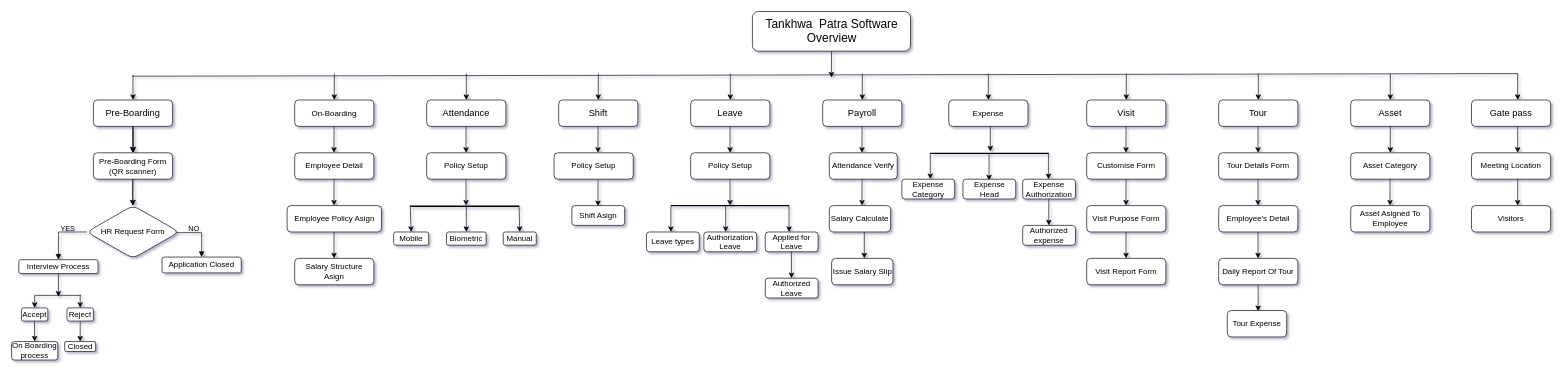
Earlier version of the draw.io diagram Untitled Diagram.drawio (pra17shant/Installation). Source tidied: cells renumbered, new cells numbered last; positions are measured from the earlier drawing's top-left corner, leaving out a move shared by most shapes. Both pictures are drawn from the tidied source at 66%, with x=0, y=0 at pixel (11, 11).
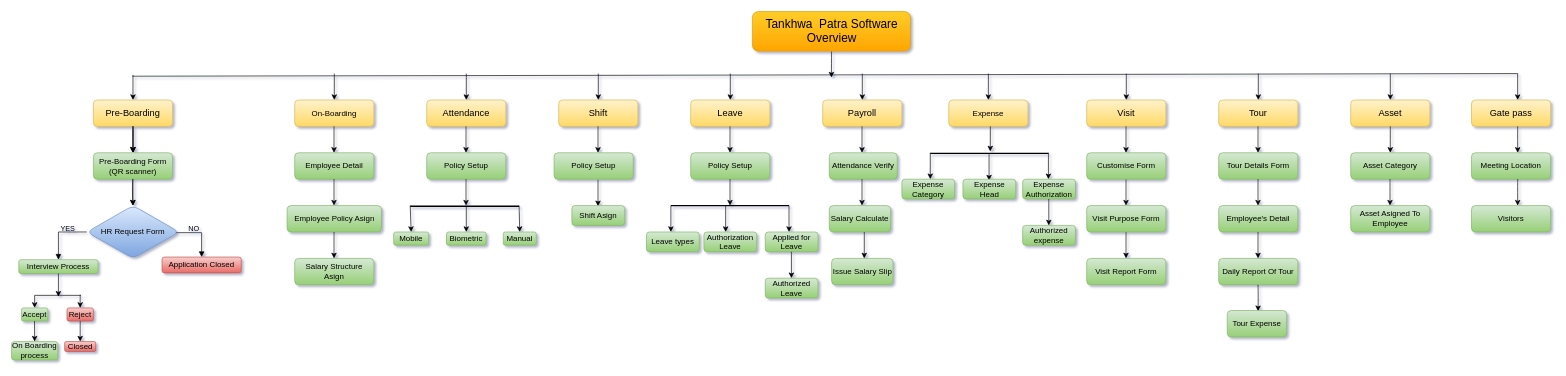
The same diagram, later.

The edit, as a diff of the source:
```diff
@@
-    <mxCell id="13" value="&lt;font style=&quot;font-size: 14px;&quot;&gt;Pre-Boarding&lt;/font&gt;" style="rounded=1;whiteSpace=wrap;html=1;labelBackgroundColor=none;" parent="1" vertex="1">
+    <mxCell id="13" value="&lt;font style=&quot;font-size: 14px;&quot;&gt;Pre-Boarding&lt;/font&gt;" style="rounded=1;whiteSpace=wrap;html=1;labelBackgroundColor=none;fillColor=#fff2cc;gradientColor=#ffd966;strokeColor=#d6b656;" parent="1" vertex="1">
       <mxGeometry x="124" y="134" width="120" height="40" as="geometry" />
     </mxCell>
-    <mxCell id="14" value="&lt;font style=&quot;font-size: 14px;&quot;&gt;Asset&lt;/font&gt;" style="rounded=1;whiteSpace=wrap;html=1;labelBackgroundColor=none;" parent="1" vertex="1">
+    <mxCell id="14" value="&lt;font style=&quot;font-size: 14px;&quot;&gt;Asset&lt;/font&gt;" style="rounded=1;whiteSpace=wrap;html=1;labelBackgroundColor=none;fillColor=#fff2cc;gradientColor=#ffd966;strokeColor=#d6b656;" parent="1" vertex="1">
       <mxGeometry x="2029" y="134" width="120" height="40" as="geometry" />
     </mxCell>
-    <mxCell id="15" value="&lt;font style=&quot;font-size: 14px;&quot;&gt;Tour&lt;/font&gt;" style="rounded=1;whiteSpace=wrap;html=1;labelBackgroundColor=none;" parent="1" vertex="1">
+    <mxCell id="15" value="&lt;font style=&quot;font-size: 14px;&quot;&gt;Tour&lt;/font&gt;" style="rounded=1;whiteSpace=wrap;html=1;labelBackgroundColor=none;fillColor=#fff2cc;gradientColor=#ffd966;strokeColor=#d6b656;" parent="1" vertex="1">
       <mxGeometry x="1829" y="134" width="120" height="40" as="geometry" />
     </mxCell>
-    <mxCell id="16" value="&lt;font style=&quot;font-size: 14px;&quot;&gt;Visit&lt;/font&gt;" style="rounded=1;whiteSpace=wrap;html=1;labelBackgroundColor=none;" parent="1" vertex="1">
+    <mxCell id="16" value="&lt;font style=&quot;font-size: 14px;&quot;&gt;Visit&lt;/font&gt;" style="rounded=1;whiteSpace=wrap;html=1;labelBackgroundColor=none;fillColor=#fff2cc;gradientColor=#ffd966;strokeColor=#d6b656;" parent="1" vertex="1">
       <mxGeometry x="1629" y="134" width="120" height="40" as="geometry" />
     </mxCell>
-    <mxCell id="17" value="Expense" style="rounded=1;whiteSpace=wrap;html=1;labelBackgroundColor=none;" parent="1" vertex="1">
+    <mxCell id="17" value="Expense" style="rounded=1;whiteSpace=wrap;html=1;labelBackgroundColor=none;fillColor=#fff2cc;gradientColor=#ffd966;strokeColor=#d6b656;" parent="1" vertex="1">
       <mxGeometry x="1420" y="134" width="120" height="40" as="geometry" />
     </mxCell>
-    <mxCell id="18" value="&lt;font style=&quot;font-size: 14px;&quot;&gt;Payroll&lt;/font&gt;" style="rounded=1;whiteSpace=wrap;html=1;labelBackgroundColor=none;" parent="1" vertex="1">
+    <mxCell id="18" value="&lt;font style=&quot;font-size: 14px;&quot;&gt;Payroll&lt;/font&gt;" style="rounded=1;whiteSpace=wrap;html=1;labelBackgroundColor=none;fillColor=#fff2cc;gradientColor=#ffd966;strokeColor=#d6b656;" parent="1" vertex="1">
       <mxGeometry x="1229" y="134" width="120" height="40" as="geometry" />
     </mxCell>
-    <mxCell id="19" value="&lt;font style=&quot;font-size: 14px;&quot;&gt;Leave&lt;/font&gt;" style="rounded=1;whiteSpace=wrap;html=1;labelBackgroundColor=none;" parent="1" vertex="1">
+    <mxCell id="19" value="&lt;font style=&quot;font-size: 14px;&quot;&gt;Leave&lt;/font&gt;" style="rounded=1;whiteSpace=wrap;html=1;labelBackgroundColor=none;fillColor=#fff2cc;gradientColor=#ffd966;strokeColor=#d6b656;" parent="1" vertex="1">
       <mxGeometry x="1029" y="134" width="120" height="40" as="geometry" />
     </mxCell>
-    <mxCell id="20" value="&lt;font style=&quot;font-size: 14px;&quot;&gt;Shift&lt;/font&gt;" style="rounded=1;whiteSpace=wrap;html=1;labelBackgroundColor=none;" parent="1" vertex="1">
+    <mxCell id="20" value="&lt;font style=&quot;font-size: 14px;&quot;&gt;Shift&lt;/font&gt;" style="rounded=1;whiteSpace=wrap;html=1;labelBackgroundColor=none;fillColor=#fff2cc;gradientColor=#ffd966;strokeColor=#d6b656;" parent="1" vertex="1">
       <mxGeometry x="829" y="134" width="120" height="40" as="geometry" />
     </mxCell>
-    <mxCell id="21" value="&lt;font style=&quot;font-size: 14px;&quot;&gt;Attendance&lt;/font&gt;" style="rounded=1;whiteSpace=wrap;html=1;labelBackgroundColor=none;" parent="1" vertex="1">
+    <mxCell id="21" value="&lt;font style=&quot;font-size: 14px;&quot;&gt;Attendance&lt;/font&gt;" style="rounded=1;whiteSpace=wrap;html=1;labelBackgroundColor=none;fillColor=#fff2cc;gradientColor=#ffd966;strokeColor=#d6b656;" parent="1" vertex="1">
       <mxGeometry x="629" y="134" width="120" height="40" as="geometry" />
     </mxCell>
-    <mxCell id="22" value="On-Boarding" style="rounded=1;whiteSpace=wrap;html=1;labelBackgroundColor=none;" parent="1" vertex="1">
+    <mxCell id="22" value="On-Boarding" style="rounded=1;whiteSpace=wrap;html=1;labelBackgroundColor=none;fillColor=#fff2cc;gradientColor=#ffd966;strokeColor=#d6b656;" parent="1" vertex="1">
       <mxGeometry x="429" y="134" width="120" height="40" as="geometry" />
     </mxCell>
@@
-    <mxCell id="25" value="Interview Process" style="rounded=1;whiteSpace=wrap;html=1;labelBackgroundColor=none;" parent="1" vertex="1">
+    <mxCell id="25" value="Interview Process" style="rounded=1;whiteSpace=wrap;html=1;labelBackgroundColor=none;fillColor=#d5e8d4;gradientColor=#97d077;strokeColor=#82b366;" parent="1" vertex="1">
       <mxGeometry x="11" y="376" width="120" height="21" as="geometry" />
     </mxCell>
-    <mxCell id="26" value="Application Closed" style="rounded=1;whiteSpace=wrap;html=1;labelBackgroundColor=none;" parent="1" vertex="1">
+    <mxCell id="26" value="Application Closed" style="rounded=1;whiteSpace=wrap;html=1;labelBackgroundColor=none;fillColor=#f8cecc;gradientColor=#ea6b66;strokeColor=#b85450;" parent="1" vertex="1">
       <mxGeometry x="228" y="372" width="120" height="24" as="geometry" />
     </mxCell>
@@
-    <mxCell id="29" value="Accept" style="rounded=1;whiteSpace=wrap;html=1;labelBackgroundColor=none;" parent="1" vertex="1">
+    <mxCell id="29" value="Accept" style="rounded=1;whiteSpace=wrap;html=1;labelBackgroundColor=none;fillColor=#d5e8d4;gradientColor=#97d077;strokeColor=#82b366;" parent="1" vertex="1">
       <mxGeometry x="15" y="449" width="40" height="20" as="geometry" />
     </mxCell>
@@
-    <mxCell id="31" value="On Boarding process" style="rounded=1;whiteSpace=wrap;html=1;labelBackgroundColor=none;" parent="1" vertex="1">
+    <mxCell id="31" value="On Boarding process" style="rounded=1;whiteSpace=wrap;html=1;labelBackgroundColor=none;fillColor=#d5e8d4;gradientColor=#97d077;strokeColor=#82b366;" parent="1" vertex="1">
       <mxGeometry y="500" width="70" height="28" as="geometry" />
     </mxCell>
@@
-    <mxCell id="35" value="Employee Detail" style="rounded=1;whiteSpace=wrap;html=1;labelBackgroundColor=none;" parent="1" vertex="1">
+    <mxCell id="35" value="Employee Detail" style="rounded=1;whiteSpace=wrap;html=1;labelBackgroundColor=none;fillColor=#d5e8d4;gradientColor=#97d077;strokeColor=#82b366;" parent="1" vertex="1">
       <mxGeometry x="429" y="214" width="120" height="40" as="geometry" />
     </mxCell>
@@
-    <mxCell id="37" value="Employee Policy Asign" style="rounded=1;whiteSpace=wrap;html=1;labelBackgroundColor=none;" parent="1" vertex="1">
+    <mxCell id="37" value="Employee Policy Asign" style="rounded=1;whiteSpace=wrap;html=1;labelBackgroundColor=none;fillColor=#d5e8d4;gradientColor=#97d077;strokeColor=#82b366;" parent="1" vertex="1">
       <mxGeometry x="417.5" y="294" width="143" height="40" as="geometry" />
     </mxCell>
-    <mxCell id="38" value="Salary Structure Asign" style="rounded=1;whiteSpace=wrap;html=1;labelBackgroundColor=none;" parent="1" vertex="1">
+    <mxCell id="38" value="Salary Structure Asign" style="rounded=1;whiteSpace=wrap;html=1;labelBackgroundColor=none;fillColor=#d5e8d4;gradientColor=#97d077;strokeColor=#82b366;" parent="1" vertex="1">
       <mxGeometry x="429" y="374" width="120" height="40" as="geometry" />
     </mxCell>
@@
-    <mxCell id="41" value="Policy Setup" style="rounded=1;whiteSpace=wrap;html=1;labelBackgroundColor=none;" parent="1" vertex="1">
+    <mxCell id="41" value="Policy Setup" style="rounded=1;whiteSpace=wrap;html=1;labelBackgroundColor=none;fillColor=#d5e8d4;gradientColor=#97d077;strokeColor=#82b366;" parent="1" vertex="1">
       <mxGeometry x="629" y="214" width="120" height="40" as="geometry" />
     </mxCell>
@@
-    <mxCell id="45" value="Mobile" style="rounded=1;whiteSpace=wrap;html=1;labelBackgroundColor=none;" parent="1" vertex="1">
+    <mxCell id="45" value="Mobile" style="rounded=1;whiteSpace=wrap;html=1;labelBackgroundColor=none;fillColor=#d5e8d4;gradientColor=#97d077;strokeColor=#82b366;" parent="1" vertex="1">
       <mxGeometry x="579" y="334" width="53" height="20" as="geometry" />
     </mxCell>
@@
-    <mxCell id="48" value="Biometric" style="rounded=1;whiteSpace=wrap;html=1;labelBackgroundColor=none;" parent="1" vertex="1">
+    <mxCell id="48" value="Biometric" style="rounded=1;whiteSpace=wrap;html=1;labelBackgroundColor=none;fillColor=#d5e8d4;gradientColor=#97d077;strokeColor=#82b366;" parent="1" vertex="1">
       <mxGeometry x="659" y="334" width="60" height="20" as="geometry" />
     </mxCell>
-    <mxCell id="49" value="Manual" style="rounded=1;whiteSpace=wrap;html=1;labelBackgroundColor=none;" parent="1" vertex="1">
+    <mxCell id="49" value="Manual" style="rounded=1;whiteSpace=wrap;html=1;labelBackgroundColor=none;fillColor=#d5e8d4;gradientColor=#97d077;strokeColor=#82b366;" parent="1" vertex="1">
       <mxGeometry x="745" y="334" width="50" height="20" as="geometry" />
     </mxCell>
@@
-    <mxCell id="51" value="Policy Setup" style="rounded=1;whiteSpace=wrap;html=1;labelBackgroundColor=none;" parent="1" vertex="1">
+    <mxCell id="51" value="Policy Setup" style="rounded=1;whiteSpace=wrap;html=1;labelBackgroundColor=none;fillColor=#d5e8d4;gradientColor=#97d077;strokeColor=#82b366;" parent="1" vertex="1">
       <mxGeometry x="822" y="214" width="120" height="40" as="geometry" />
     </mxCell>
@@
-    <mxCell id="53" value="Shift Asign" style="rounded=1;whiteSpace=wrap;html=1;labelBackgroundColor=none;" parent="1" vertex="1">
+    <mxCell id="53" value="Shift Asign" style="rounded=1;whiteSpace=wrap;html=1;labelBackgroundColor=none;fillColor=#d5e8d4;gradientColor=#97d077;strokeColor=#82b366;" parent="1" vertex="1">
       <mxGeometry x="849" y="294" width="80" height="30" as="geometry" />
     </mxCell>
@@
-    <mxCell id="55" value="Policy Setup" style="rounded=1;whiteSpace=wrap;html=1;labelBackgroundColor=none;" parent="1" vertex="1">
+    <mxCell id="55" value="Policy Setup" style="rounded=1;whiteSpace=wrap;html=1;labelBackgroundColor=none;fillColor=#d5e8d4;gradientColor=#97d077;strokeColor=#82b366;" parent="1" vertex="1">
       <mxGeometry x="1029" y="214" width="120" height="40" as="geometry" />
     </mxCell>
@@
-    <mxCell id="58" value="Attendance Verify" style="rounded=1;whiteSpace=wrap;html=1;labelBackgroundColor=none;" parent="1" vertex="1">
+    <mxCell id="58" value="Attendance Verify" style="rounded=1;whiteSpace=wrap;html=1;labelBackgroundColor=none;fillColor=#d5e8d4;gradientColor=#97d077;strokeColor=#82b366;" parent="1" vertex="1">
       <mxGeometry x="1239" y="214" width="103" height="40" as="geometry" />
     </mxCell>
@@
-    <mxCell id="60" value="Salary Calculate" style="rounded=1;whiteSpace=wrap;html=1;labelBackgroundColor=none;" parent="1" vertex="1">
+    <mxCell id="60" value="Salary Calculate" style="rounded=1;whiteSpace=wrap;html=1;labelBackgroundColor=none;fillColor=#d5e8d4;gradientColor=#97d077;strokeColor=#82b366;" parent="1" vertex="1">
       <mxGeometry x="1239" y="294" width="93" height="40" as="geometry" />
     </mxCell>
@@
-    <mxCell id="62" value="Issue Salary Slip" style="rounded=1;whiteSpace=wrap;html=1;labelBackgroundColor=none;" parent="1" vertex="1">
+    <mxCell id="62" value="Issue Salary Slip" style="rounded=1;whiteSpace=wrap;html=1;labelBackgroundColor=none;fillColor=#d5e8d4;gradientColor=#97d077;strokeColor=#82b366;" parent="1" vertex="1">
       <mxGeometry x="1242.5" y="374" width="93" height="40" as="geometry" />
     </mxCell>
@@
-    <mxCell id="66" value="Customise Form" style="rounded=1;whiteSpace=wrap;html=1;labelBackgroundColor=none;" parent="1" vertex="1">
+    <mxCell id="66" value="Customise Form" style="rounded=1;whiteSpace=wrap;html=1;labelBackgroundColor=none;fillColor=#d5e8d4;gradientColor=#97d077;strokeColor=#82b366;" parent="1" vertex="1">
       <mxGeometry x="1629" y="214" width="120" height="40" as="geometry" />
     </mxCell>
-    <mxCell id="67" value="Visit Report Form" style="rounded=1;whiteSpace=wrap;html=1;labelBackgroundColor=none;" parent="1" vertex="1">
+    <mxCell id="67" value="Visit Report Form" style="rounded=1;whiteSpace=wrap;html=1;labelBackgroundColor=none;fillColor=#d5e8d4;gradientColor=#97d077;strokeColor=#82b366;" parent="1" vertex="1">
       <mxGeometry x="1629" y="374" width="120" height="40" as="geometry" />
     </mxCell>
-    <mxCell id="68" value="Visit Purpose Form" style="rounded=1;whiteSpace=wrap;html=1;labelBackgroundColor=none;" parent="1" vertex="1">
+    <mxCell id="68" value="Visit Purpose Form" style="rounded=1;whiteSpace=wrap;html=1;labelBackgroundColor=none;fillColor=#d5e8d4;gradientColor=#97d077;strokeColor=#82b366;" parent="1" vertex="1">
       <mxGeometry x="1629" y="294" width="120" height="40" as="geometry" />
     </mxCell>
@@
-    <mxCell id="70" value="Tour Details Form" style="rounded=1;whiteSpace=wrap;html=1;labelBackgroundColor=none;" parent="1" vertex="1">
+    <mxCell id="70" value="Tour Details Form" style="rounded=1;whiteSpace=wrap;html=1;labelBackgroundColor=none;fillColor=#d5e8d4;gradientColor=#97d077;strokeColor=#82b366;" parent="1" vertex="1">
       <mxGeometry x="1829" y="214" width="120" height="40" as="geometry" />
     </mxCell>
@@
-    <mxCell id="72" value="Employee's Detail" style="rounded=1;whiteSpace=wrap;html=1;labelBackgroundColor=none;" parent="1" vertex="1">
+    <mxCell id="72" value="Employee's Detail" style="rounded=1;whiteSpace=wrap;html=1;labelBackgroundColor=none;fillColor=#d5e8d4;gradientColor=#97d077;strokeColor=#82b366;" parent="1" vertex="1">
       <mxGeometry x="1829" y="294" width="120" height="40" as="geometry" />
     </mxCell>
@@
-    <mxCell id="74" value="Daily Report Of Tour" style="rounded=1;whiteSpace=wrap;html=1;labelBackgroundColor=none;" parent="1" vertex="1">
+    <mxCell id="74" value="Daily Report Of Tour" style="rounded=1;whiteSpace=wrap;html=1;labelBackgroundColor=none;fillColor=#d5e8d4;gradientColor=#97d077;strokeColor=#82b366;" parent="1" vertex="1">
       <mxGeometry x="1829" y="374" width="120" height="40" as="geometry" />
     </mxCell>
@@
-    <mxCell id="76" value="Tour Expense" style="rounded=1;whiteSpace=wrap;html=1;labelBackgroundColor=none;" parent="1" vertex="1">
+    <mxCell id="76" value="Tour Expense" style="rounded=1;whiteSpace=wrap;html=1;labelBackgroundColor=none;fillColor=#d5e8d4;gradientColor=#97d077;strokeColor=#82b366;" parent="1" vertex="1">
       <mxGeometry x="1842" y="453" width="90" height="40" as="geometry" />
     </mxCell>
@@
-    <mxCell id="78" value="Asset Category" style="rounded=1;whiteSpace=wrap;html=1;labelBackgroundColor=none;" parent="1" vertex="1">
+    <mxCell id="78" value="Asset Category" style="rounded=1;whiteSpace=wrap;html=1;labelBackgroundColor=none;fillColor=#d5e8d4;gradientColor=#97d077;strokeColor=#82b366;" parent="1" vertex="1">
       <mxGeometry x="2029" y="214" width="120" height="40" as="geometry" />
     </mxCell>
@@
-    <mxCell id="80" value="Asset Asigned To Employee" style="rounded=1;whiteSpace=wrap;html=1;labelBackgroundColor=none;" parent="1" vertex="1">
+    <mxCell id="80" value="Asset Asigned To Employee" style="rounded=1;whiteSpace=wrap;html=1;labelBackgroundColor=none;fillColor=#d5e8d4;gradientColor=#97d077;strokeColor=#82b366;" parent="1" vertex="1">
       <mxGeometry x="2029" y="294" width="120" height="40" as="geometry" />
     </mxCell>
@@
-    <mxCell id="82" value="&lt;font style=&quot;font-size: 14px;&quot;&gt;Gate pass&lt;/font&gt;" style="rounded=1;whiteSpace=wrap;html=1;labelBackgroundColor=none;" parent="1" vertex="1">
+    <mxCell id="82" value="&lt;font style=&quot;font-size: 14px;&quot;&gt;Gate pass&lt;/font&gt;" style="rounded=1;whiteSpace=wrap;html=1;labelBackgroundColor=none;fillColor=#fff2cc;gradientColor=#ffd966;strokeColor=#d6b656;" parent="1" vertex="1">
       <mxGeometry x="2212" y="134" width="120" height="40" as="geometry" />
     </mxCell>
@@
-    <mxCell id="84" value="Meeting Location" style="rounded=1;whiteSpace=wrap;html=1;labelBackgroundColor=none;" parent="1" vertex="1">
+    <mxCell id="84" value="Meeting Location" style="rounded=1;whiteSpace=wrap;html=1;labelBackgroundColor=none;fillColor=#d5e8d4;gradientColor=#97d077;strokeColor=#82b366;" parent="1" vertex="1">
       <mxGeometry x="2212" y="214" width="120" height="40" as="geometry" />
     </mxCell>
@@
-    <mxCell id="86" value="Visitors" style="rounded=1;whiteSpace=wrap;html=1;labelBackgroundColor=none;" parent="1" vertex="1">
+    <mxCell id="86" value="Visitors" style="rounded=1;whiteSpace=wrap;html=1;labelBackgroundColor=none;fillColor=#d5e8d4;gradientColor=#97d077;strokeColor=#82b366;" parent="1" vertex="1">
       <mxGeometry x="2212" y="294" width="120" height="40" as="geometry" />
     </mxCell>
@@
-    <mxCell id="92" value="Expense Category" style="rounded=1;whiteSpace=wrap;html=1;labelBackgroundColor=none;" parent="1" vertex="1">
+    <mxCell id="92" value="Expense Category" style="rounded=1;whiteSpace=wrap;html=1;labelBackgroundColor=none;fillColor=#d5e8d4;gradientColor=#97d077;strokeColor=#82b366;" parent="1" vertex="1">
       <mxGeometry x="1349" y="254" width="80" height="30" as="geometry" />
     </mxCell>
-    <mxCell id="93" value="Expense Head" style="rounded=1;whiteSpace=wrap;html=1;labelBackgroundColor=none;" parent="1" vertex="1">
+    <mxCell id="93" value="Expense Head" style="rounded=1;whiteSpace=wrap;html=1;labelBackgroundColor=none;fillColor=#d5e8d4;gradientColor=#97d077;strokeColor=#82b366;" parent="1" vertex="1">
       <mxGeometry x="1441.5" y="254" width="80" height="30" as="geometry" />
     </mxCell>
-    <mxCell id="94" value="Expense Authorization" style="rounded=1;whiteSpace=wrap;html=1;labelBackgroundColor=none;" parent="1" vertex="1">
+    <mxCell id="94" value="Expense Authorization" style="rounded=1;whiteSpace=wrap;html=1;labelBackgroundColor=none;fillColor=#d5e8d4;gradientColor=#97d077;strokeColor=#82b366;" parent="1" vertex="1">
       <mxGeometry x="1532" y="254" width="80" height="30" as="geometry" />
     </mxCell>
@@
-    <mxCell id="99" value="Leave types" style="rounded=1;whiteSpace=wrap;html=1;labelBackgroundColor=none;" parent="1" vertex="1">
+    <mxCell id="99" value="Leave types" style="rounded=1;whiteSpace=wrap;html=1;labelBackgroundColor=none;fillColor=#d5e8d4;gradientColor=#97d077;strokeColor=#82b366;" parent="1" vertex="1">
       <mxGeometry x="962" y="334" width="80" height="30" as="geometry" />
     </mxCell>
-    <mxCell id="100" value="Authorization Leave" style="rounded=1;whiteSpace=wrap;html=1;labelBackgroundColor=none;" parent="1" vertex="1">
+    <mxCell id="100" value="Authorization Leave" style="rounded=1;whiteSpace=wrap;html=1;labelBackgroundColor=none;fillColor=#d5e8d4;gradientColor=#97d077;strokeColor=#82b366;" parent="1" vertex="1">
       <mxGeometry x="1049" y="334" width="80" height="30" as="geometry" />
     </mxCell>
-    <mxCell id="101" value="Applied for Leave" style="rounded=1;whiteSpace=wrap;html=1;labelBackgroundColor=none;" parent="1" vertex="1">
+    <mxCell id="101" value="Applied for Leave" style="rounded=1;whiteSpace=wrap;html=1;labelBackgroundColor=none;fillColor=#d5e8d4;gradientColor=#97d077;strokeColor=#82b366;" parent="1" vertex="1">
       <mxGeometry x="1142" y="334" width="80" height="30" as="geometry" />
     </mxCell>
@@
-    <mxCell id="103" value="Authorized Leave" style="rounded=1;whiteSpace=wrap;html=1;labelBackgroundColor=none;" parent="1" vertex="1">
+    <mxCell id="103" value="Authorized Leave" style="rounded=1;whiteSpace=wrap;html=1;labelBackgroundColor=none;fillColor=#d5e8d4;gradientColor=#97d077;strokeColor=#82b366;" parent="1" vertex="1">
       <mxGeometry x="1142" y="404" width="80" height="30" as="geometry" />
     </mxCell>
@@
-    <mxCell id="105" value="Authorized expense" style="rounded=1;whiteSpace=wrap;html=1;labelBackgroundColor=none;" parent="1" vertex="1">
+    <mxCell id="105" value="Authorized expense" style="rounded=1;whiteSpace=wrap;html=1;labelBackgroundColor=none;fillColor=#d5e8d4;gradientColor=#97d077;strokeColor=#82b366;" parent="1" vertex="1">
       <mxGeometry x="1532" y="324" width="80" height="30" as="geometry" />
     </mxCell>
@@
-    <mxCell id="107" value="&lt;font style=&quot;font-size: 18px;&quot;&gt;Tankhwa&amp;nbsp; Patra Software Overview&lt;/font&gt;" style="rounded=1;whiteSpace=wrap;html=1;labelBackgroundColor=none;" parent="1" vertex="1">
+    <mxCell id="107" value="&lt;font style=&quot;font-size: 18px;&quot;&gt;Tankhwa&amp;nbsp; Patra Software Overview&lt;/font&gt;" style="rounded=1;whiteSpace=wrap;html=1;labelBackgroundColor=none;fillColor=#ffcd28;strokeColor=#d79b00;gradientColor=#ffa500;" parent="1" vertex="1">
       <mxGeometry x="1122.5" width="239.5" height="60" as="geometry" />
     </mxCell>
@@
-    <mxCell id="110" value="Pre-Boarding Form&lt;br&gt;(QR scanner)" style="rounded=1;whiteSpace=wrap;html=1;labelBackgroundColor=none;" parent="1" vertex="1">
+    <mxCell id="110" value="Pre-Boarding Form&lt;br&gt;(QR scanner)" style="rounded=1;whiteSpace=wrap;html=1;labelBackgroundColor=none;fillColor=#d5e8d4;gradientColor=#97d077;strokeColor=#82b366;" parent="1" vertex="1">
       <mxGeometry x="124" y="214" width="120" height="40" as="geometry" />
     </mxCell>
@@
-    <mxCell id="113" value="HR Request Form" style="rhombus;whiteSpace=wrap;html=1;rounded=1;labelBackgroundColor=none;" parent="1" vertex="1">
+    <mxCell id="113" value="HR Request Form" style="rhombus;whiteSpace=wrap;html=1;rounded=1;labelBackgroundColor=none;fillColor=#dae8fc;gradientColor=#7ea6e0;strokeColor=#6c8ebf;" parent="1" vertex="1">
       <mxGeometry x="114" y="294" width="140" height="80" as="geometry" />
     </mxCell>
@@
-    <mxCell id="116" value="Reject" style="rounded=1;whiteSpace=wrap;html=1;labelBackgroundColor=none;" parent="1" vertex="1">
+    <mxCell id="116" value="Reject" style="rounded=1;whiteSpace=wrap;html=1;labelBackgroundColor=none;fillColor=#f8cecc;gradientColor=#ea6b66;strokeColor=#b85450;" parent="1" vertex="1">
       <mxGeometry x="84" y="449" width="40" height="20" as="geometry" />
     </mxCell>
@@
-    <mxCell id="119" value="Closed&lt;br&gt;" style="rounded=1;whiteSpace=wrap;html=1;labelBackgroundColor=none;" parent="1" vertex="1">
+    <mxCell id="119" value="Closed&lt;br&gt;" style="rounded=1;whiteSpace=wrap;html=1;labelBackgroundColor=none;fillColor=#f8cecc;gradientColor=#ea6b66;strokeColor=#b85450;" parent="1" vertex="1">
       <mxGeometry x="80.5" y="500" width="47" height="15" as="geometry" />
     </mxCell>
```
